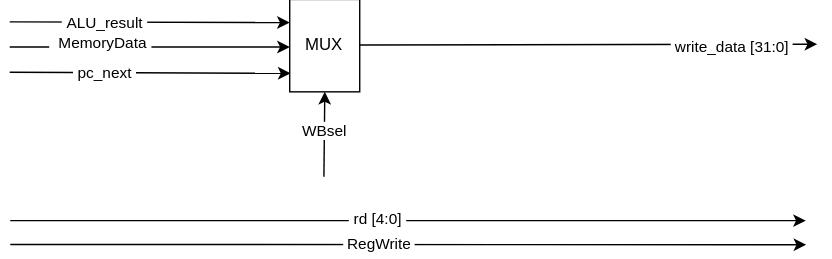
Before: img/WB.svg, a diagram exported from draw.io (Dmitry-itmo/Scheme-RISC). Source tidied: cells renumbered, new cells last; positions are measured from the earlier drawing's top-left corner, leaving out a move shared by most shapes.
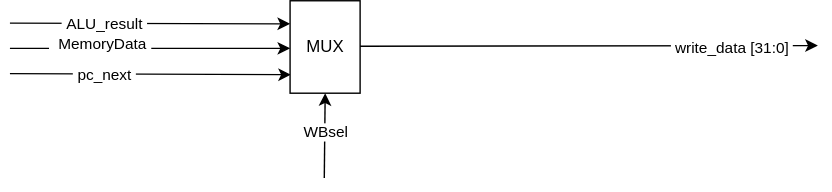
The same file after the commit.

Change to the diagram source:
```diff
@@ -57,27 +57,5 @@
         <mxPoint x="216" y="1" as="offset" />
       </mxGeometry>
     </mxCell>
-    <mxCell id="13" style="endArrow=classic;html=1;rounded=0;curved=0;" parent="1" edge="1">
-      <mxGeometry relative="1" as="geometry">
-        <mxPoint y="175" as="sourcePoint" />
-        <mxPoint x="568.5" y="175.2" as="targetPoint" />
-      </mxGeometry>
-    </mxCell>
-    <mxCell id="14" value="&amp;nbsp;RegWrite&amp;nbsp;" style="edgeLabel;html=1;align=center;verticalAlign=middle;rounded=0;" parent="13" vertex="1">
-      <mxGeometry x="0.72" relative="1" as="geometry">
-        <mxPoint x="-226" y="-1" as="offset" />
-      </mxGeometry>
-    </mxCell>
-    <mxCell id="15" style="endArrow=classic;html=1;rounded=0;curved=0;" parent="1" edge="1">
-      <mxGeometry relative="1" as="geometry">
-        <mxPoint y="158" as="sourcePoint" />
-        <mxPoint x="568.3" y="158" as="targetPoint" />
-      </mxGeometry>
-    </mxCell>
-    <mxCell id="16" value="&amp;nbsp;rd [4:0]&amp;nbsp;" style="edgeLabel;html=1;align=center;verticalAlign=middle;rounded=0;" parent="15" vertex="1">
-      <mxGeometry x="0.72" relative="1" as="geometry">
-        <mxPoint x="-225" y="-1" as="offset" />
-      </mxGeometry>
-    </mxCell>
   </root>
 </mxGraphModel>
```
